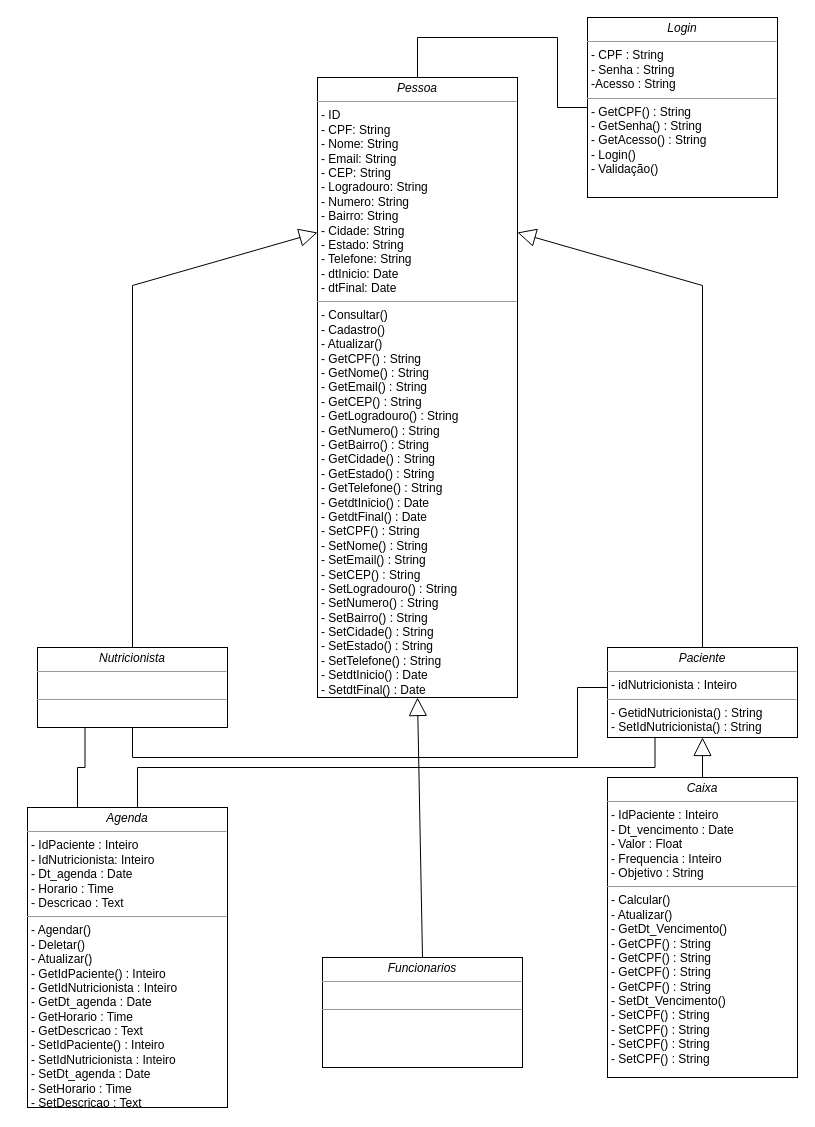
Earlier version of the draw.io diagram Diagrama de Classe.drawio (Tavares264/Project_PccFit). Source tidied: cells renumbered, new cells numbered last; positions are measured from the earlier drawing's top-left corner, leaving out a move shared by most shapes. Both pictures are drawn from the tidied source at 100%, with x=0, y=0 at pixel (27, 17).
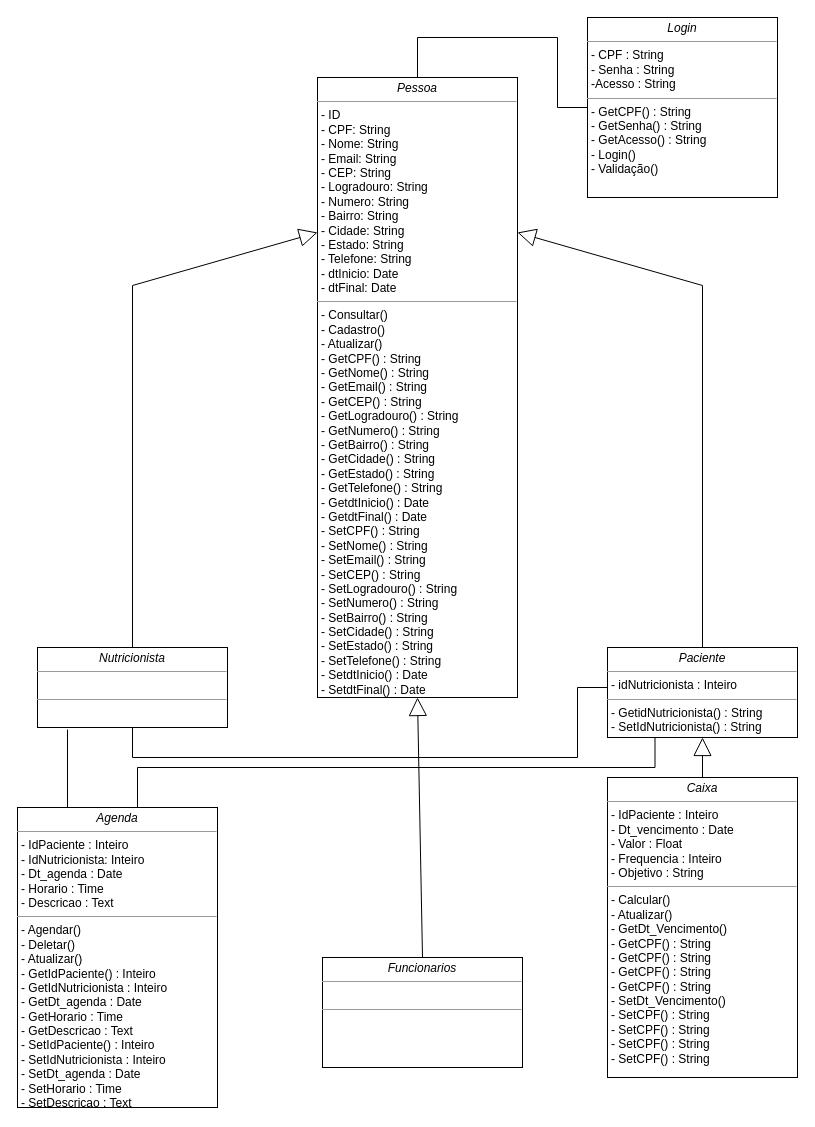
After the change.

Unchanged cells that the change refers to:
```xml
<mxCell id="2" value="&lt;p style=&quot;margin: 0px ; margin-top: 4px ; text-align: center&quot;&gt;&lt;i&gt;Nutricionista&lt;/i&gt;&lt;/p&gt;&lt;hr size=&quot;1&quot;&gt;&lt;p style=&quot;margin: 0px ; margin-left: 4px&quot;&gt;&lt;br&gt;&lt;/p&gt;&lt;hr size=&quot;1&quot;&gt;&lt;p style=&quot;margin: 0px 0px 0px 4px&quot;&gt;&lt;br&gt;&lt;br&gt;&lt;/p&gt;" style="verticalAlign=top;align=left;overflow=fill;fontSize=12;fontFamily=Helvetica;html=1;rounded=0;shadow=0;comic=0;labelBackgroundColor=none;strokeWidth=1;" parent="1" vertex="1">
  <mxGeometry x="10" y="630" width="190" height="80" as="geometry" />
</mxCell>
<mxCell id="4" value="&lt;p style=&quot;margin: 0px ; margin-top: 4px ; text-align: center&quot;&gt;&lt;i&gt;Paciente&lt;/i&gt;&lt;/p&gt;&lt;hr size=&quot;1&quot;&gt;&lt;p style=&quot;margin: 0px ; margin-left: 4px&quot;&gt;- idNutricionista : Inteiro&lt;br&gt;&lt;/p&gt;&lt;hr size=&quot;1&quot;&gt;&lt;p style=&quot;margin: 0px 0px 0px 4px&quot;&gt;- GetidNutricionista() : String&lt;br&gt;&lt;/p&gt;&lt;p style=&quot;margin: 0px 0px 0px 4px&quot;&gt;- SetIdNutricionista() : String&lt;/p&gt;" style="verticalAlign=top;align=left;overflow=fill;fontSize=12;fontFamily=Helvetica;html=1;rounded=0;shadow=0;comic=0;labelBackgroundColor=none;strokeWidth=1;" parent="1" vertex="1">
  <mxGeometry x="580" y="630" width="190" height="90" as="geometry" />
</mxCell>
```

The edit, as a diff of the source:
```diff
@@
     <mxCell id="14" value="&lt;p style=&quot;margin: 0px ; margin-top: 4px ; text-align: center&quot;&gt;&lt;i&gt;Agenda&lt;/i&gt;&lt;/p&gt;&lt;hr size=&quot;1&quot;&gt;&lt;p style=&quot;margin: 0px ; margin-left: 4px&quot;&gt;- IdPaciente : Inteiro&lt;/p&gt;&lt;p style=&quot;margin: 0px ; margin-left: 4px&quot;&gt;- IdNutricionista: Inteiro&lt;/p&gt;&lt;p style=&quot;margin: 0px ; margin-left: 4px&quot;&gt;- Dt_agenda : Date&lt;/p&gt;&lt;p style=&quot;margin: 0px ; margin-left: 4px&quot;&gt;- Horario : Time&lt;/p&gt;&lt;p style=&quot;margin: 0px ; margin-left: 4px&quot;&gt;- Descricao : Text&lt;/p&gt;&lt;hr size=&quot;1&quot;&gt;&lt;p style=&quot;margin: 0px 0px 0px 4px&quot;&gt;- Agendar()&lt;/p&gt;&lt;p style=&quot;margin: 0px 0px 0px 4px&quot;&gt;- Deletar()&lt;/p&gt;&lt;p style=&quot;margin: 0px 0px 0px 4px&quot;&gt;- Atualizar()&lt;/p&gt;&lt;p style=&quot;margin: 0px 0px 0px 4px&quot;&gt;- GetIdPaciente() : Inteiro&lt;/p&gt;&lt;p style=&quot;margin: 0px 0px 0px 4px&quot;&gt;- GetIdNutricionista : Inteiro&lt;/p&gt;&lt;p style=&quot;margin: 0px 0px 0px 4px&quot;&gt;- GetDt_agenda : Date&lt;/p&gt;&lt;p style=&quot;margin: 0px 0px 0px 4px&quot;&gt;- GetHorario : Time&lt;/p&gt;&lt;p style=&quot;margin: 0px 0px 0px 4px&quot;&gt;- GetDescricao : Text&lt;/p&gt;&lt;p style=&quot;margin: 0px 0px 0px 4px&quot;&gt;- SetIdPaciente() : Inteiro&lt;/p&gt;&lt;p style=&quot;margin: 0px 0px 0px 4px&quot;&gt;- SetIdNutricionista : Inteiro&lt;/p&gt;&lt;p style=&quot;margin: 0px 0px 0px 4px&quot;&gt;- SetDt_agenda : Date&lt;/p&gt;&lt;p style=&quot;margin: 0px 0px 0px 4px&quot;&gt;- SetHorario : Time&lt;/p&gt;&lt;p style=&quot;margin: 0px 0px 0px 4px&quot;&gt;- SetDescricao : Text&lt;/p&gt;" style="verticalAlign=top;align=left;overflow=fill;fontSize=12;fontFamily=Helvetica;html=1;rounded=0;shadow=0;comic=0;labelBackgroundColor=none;strokeWidth=1;" parent="1" vertex="1">
-      <mxGeometry y="790" width="200" height="300" as="geometry" />
+      <mxGeometry x="-10" y="790" width="200" height="300" as="geometry" />
     </mxCell>
-    <mxCell id="15" style="endArrow=none;html=1;edgeStyle=orthogonalEdgeStyle;rounded=0;exitX=0.5;exitY=0;exitDx=0;exitDy=0;entryX=0.25;entryY=1;entryDx=0;entryDy=0;" parent="1" edge="1" source="14" target="4">
+    <mxCell id="15" style="endArrow=none;html=1;edgeStyle=orthogonalEdgeStyle;rounded=0;entryX=0.25;entryY=1;entryDx=0;entryDy=0;" parent="1" edge="1" target="4">
       <mxGeometry relative="1" as="geometry">
+        <mxPoint x="110" y="780" as="sourcePoint" />
         <Array as="points">
           <mxPoint x="110" y="790" />
           <mxPoint x="110" y="750" />
           <mxPoint x="628" y="750" />
         </Array>
       </mxGeometry>
     </mxCell>
-    <mxCell id="16" style="endArrow=none;html=1;edgeStyle=orthogonalEdgeStyle;rounded=0;exitX=0.25;exitY=1;exitDx=0;exitDy=0;entryX=0.25;entryY=0;entryDx=0;entryDy=0;" parent="1" edge="1" source="2" target="14">
+    <mxCell id="16" style="endArrow=none;html=1;edgeStyle=orthogonalEdgeStyle;rounded=0;entryX=0.25;entryY=0;entryDx=0;entryDy=0;" parent="1" edge="1" target="14">
       <mxGeometry relative="1" as="geometry">
+        <mxPoint x="40" y="712" as="sourcePoint" />
         <Array as="points">
-          <mxPoint x="58" y="750" />
-          <mxPoint x="50" y="750" />
+          <mxPoint x="40" y="712" />
         </Array>
       </mxGeometry>
     </mxCell>
```
